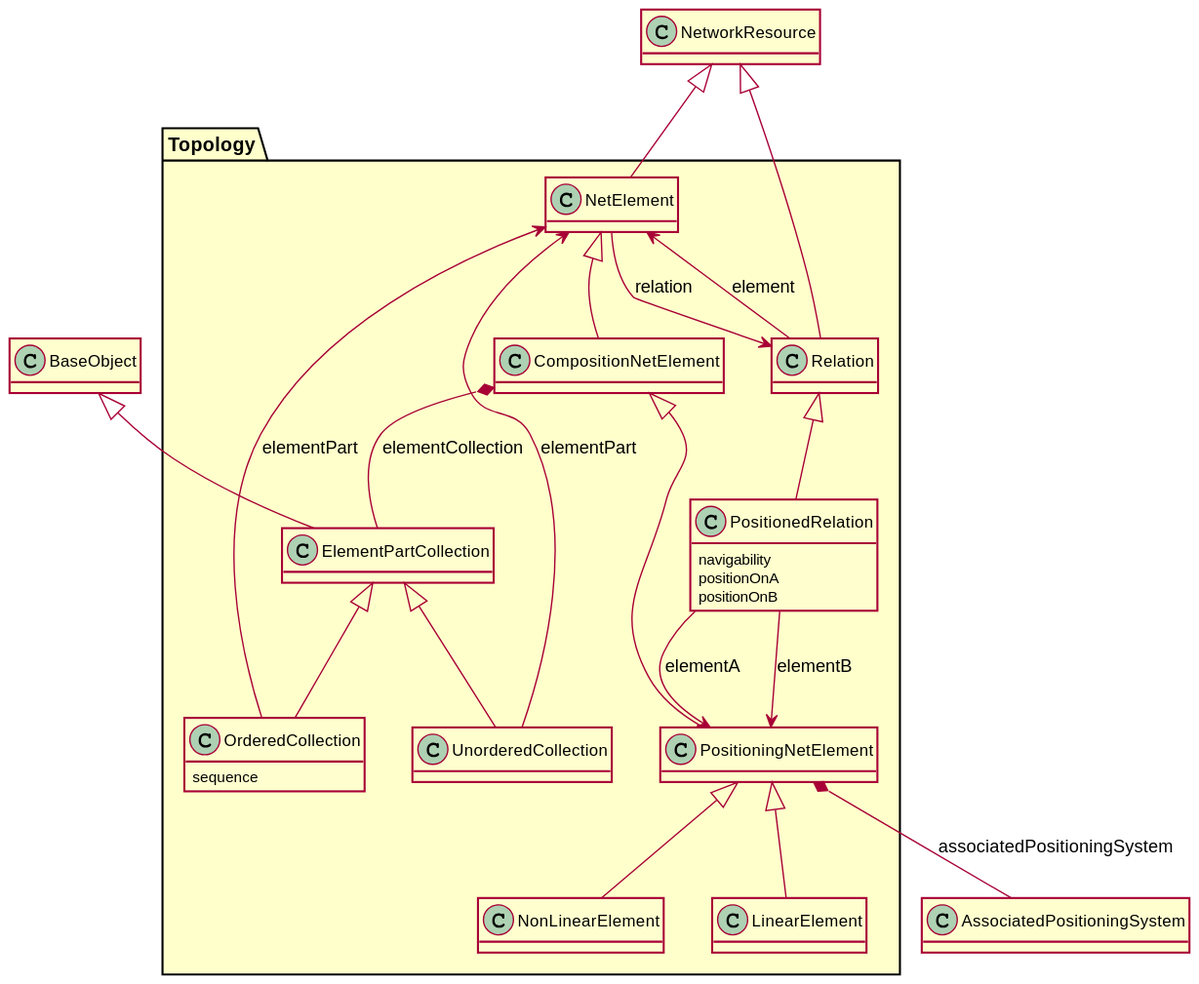
The PlantUML diagram docs/topo/resources/topology.svg in siemens/ProductConfigurationWithSHACL, before a commit. Source of this version:
```plantuml
@startuml
hide methods
skinparam shadowing false
package "Topology" #ffffcc {
	class NetElement{
	}
	class Relation{
	}

	class PositioningNetElement{
	}
	class LinearElement{
	}
	class NonLinearElement{
	}
	class PositionedRelation{
		navigability
		positionOnA
		positionOnB
	}
	class CompositionNetElement{
	}
	Relation <|-- PositionedRelation
	class ElementPartCollection{
	}
	class UnorderedCollection{
	}
	ElementPartCollection <|-- UnorderedCollection
	class OrderedCollection{
		sequence
	}
	ElementPartCollection <|-- OrderedCollection
	PositioningNetElement <|-- LinearElement
	PositioningNetElement <|-- NonLinearElement
	NetElement <|-- CompositionNetElement
	CompositionNetElement <|-- PositioningNetElement
	UnorderedCollection --> NetElement : elementPart
	OrderedCollection --> NetElement : elementPart
	CompositionNetElement *-- ElementPartCollection : elementCollection
	Relation --> NetElement : element
	PositionedRelation --> PositioningNetElement : elementA
	PositionedRelation --> PositioningNetElement : elementB
	NetElement --> Relation : relation
}
BaseObject <|-- ElementPartCollection
NetworkResource <|-- NetElement
NetworkResource <|-- Relation

PositioningNetElement *-- AssociatedPositioningSystem : associatedPositioningSystem


@enduml
```
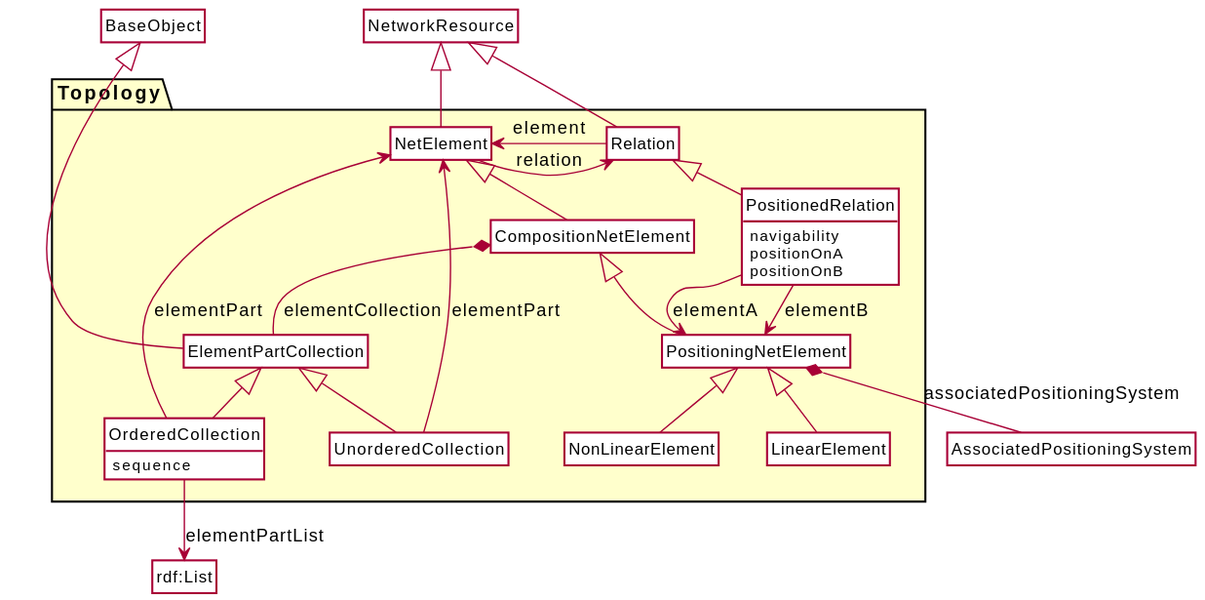
The same file after the commit.

What changed in the source:
```diff
@@ -1,6 +1,14 @@
 @startuml
+skinparam shadowing false
+hide empty members
+hide circle
+skinparam class {
+BackgroundColor White
+}
 hide methods
 skinparam shadowing false
+skinparam ranksep 20
+
 package "Topology" #ffffcc {
 	class NetElement{
 	}
@@ -20,7 +28,7 @@
 	}
 	class CompositionNetElement{
 	}
-	Relation <|-- PositionedRelation
+	Relation <|- PositionedRelation
 	class ElementPartCollection{
 	}
 	class UnorderedCollection{
@@ -37,16 +45,22 @@
 	UnorderedCollection --> NetElement : elementPart
 	OrderedCollection --> NetElement : elementPart
 	CompositionNetElement *-- ElementPartCollection : elementCollection
-	Relation --> NetElement : element
+	Relation -> NetElement : element
 	PositionedRelation --> PositioningNetElement : elementA
 	PositionedRelation --> PositioningNetElement : elementB
-	NetElement --> Relation : relation
+	NetElement -> Relation : relation
 }
 BaseObject <|-- ElementPartCollection
 NetworkResource <|-- NetElement
 NetworkResource <|-- Relation
 
+together {
+ class BaseObject
+ class NetworkResource
+}
+BaseObject -[hidden]> NetworkResource
+
 PositioningNetElement *-- AssociatedPositioningSystem : associatedPositioningSystem
 
-
+OrderedCollection --> "rdf:List" : elementPartList
 @enduml
```
